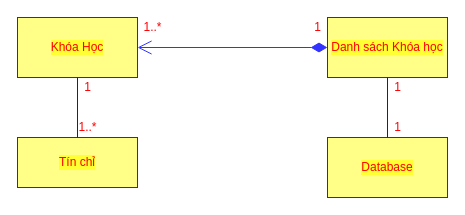
Earlier version of the draw.io diagram page "lap1.1" (1 of 3) of src/lap1p2/lap1.drawio (HuynhMinh02/CongNghePhanMem). Source tidied: cells renumbered, new cells numbered last; positions are measured from the earlier drawing's top-left corner, leaving out a move shared by most shapes. Both pictures are drawn from the tidied source at 100%, with x=0, y=0 at pixel (17, 17).
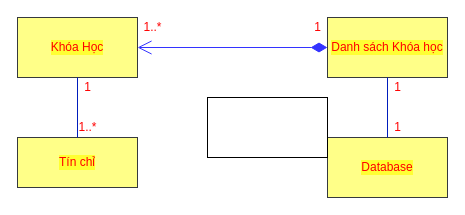
The same diagram, later.

Diff of the diagram source:
```diff
@@
 <mxGraphModel background="#FFFFFF">
   <root>
     <mxCell id="0" />
     <mxCell id="1" parent="0" />
     <mxCell id="2" value="&lt;font color=&quot;#ff0000&quot;&gt;Khóa Học&lt;/font&gt;" style="rounded=0;whiteSpace=wrap;html=1;labelBackgroundColor=#FFFF33;strokeColor=#36393d;fillColor=#ffff88;" parent="1" vertex="1">
       <mxGeometry width="120" height="60" as="geometry" />
     </mxCell>
     <mxCell id="3" value="&lt;font color=&quot;#ff0000&quot;&gt;Tín chỉ&lt;/font&gt;" style="rounded=0;whiteSpace=wrap;html=1;labelBackgroundColor=#FFFF33;strokeColor=#36393d;fillColor=#ffff88;" parent="1" vertex="1">
       <mxGeometry y="120" width="120" height="50" as="geometry" />
     </mxCell>
     <mxCell id="4" value="&lt;font color=&quot;#ff0000&quot;&gt;Danh sách Khóa học&lt;/font&gt;" style="rounded=0;whiteSpace=wrap;html=1;labelBackgroundColor=#FFFF33;strokeColor=#36393d;fillColor=#ffff88;" parent="1" vertex="1">
       <mxGeometry x="310" width="120" height="60" as="geometry" />
     </mxCell>
     <mxCell id="5" style="endArrow=open;html=1;endSize=12;startArrow=diamondThin;startSize=14;startFill=1;edgeStyle=orthogonalEdgeStyle;align=left;verticalAlign=bottom;fontColor=#FF0000;strokeColor=#3333FF;exitX=0;exitY=0.5;exitDx=0;exitDy=0;" parent="1" edge="1" source="4">
       <mxGeometry x="-1" y="3" relative="1" as="geometry">
         <mxPoint x="120" y="30" as="targetPoint" />
       </mxGeometry>
     </mxCell>
     <mxCell id="6" value="1" style="text;html=1;align=center;verticalAlign=middle;strokeColor=none;fillColor=none;fontColor=#FF0000;" parent="1" vertex="1">
       <mxGeometry x="290" width="20" height="20" as="geometry" />
     </mxCell>
     <mxCell id="7" value="1..*" style="text;html=1;align=center;verticalAlign=middle;strokeColor=none;fillColor=none;fontColor=#FF0000;" parent="1" vertex="1">
       <mxGeometry x="120" width="30" height="20" as="geometry" />
     </mxCell>
     <mxCell id="8" value="&lt;font color=&quot;#ff0000&quot;&gt;Database&lt;/font&gt;" style="rounded=0;whiteSpace=wrap;html=1;labelBackgroundColor=#FFFF33;strokeColor=#36393d;fillColor=#ffff88;" parent="1" vertex="1">
       <mxGeometry x="310" y="120" width="120" height="60" as="geometry" />
     </mxCell>
     <mxCell id="9" style="endArrow=none;html=1;fontColor=#FF3333;exitX=0.5;exitY=0;exitDx=0;exitDy=0;entryX=0.5;entryY=1;entryDx=0;entryDy=0;fillColor=#0050ef;strokeColor=#001DBC;" parent="1" edge="1" source="8" target="4">
       <mxGeometry relative="1" as="geometry" />
     </mxCell>
     <mxCell id="10" value="1" style="text;html=1;align=center;verticalAlign=middle;strokeColor=none;fillColor=none;fontColor=#FF0000;" parent="1" vertex="1">
       <mxGeometry x="370" y="60" width="20" height="20" as="geometry" />
     </mxCell>
     <mxCell id="11" value="1" style="text;html=1;align=center;verticalAlign=middle;strokeColor=none;fillColor=none;fontColor=#FF0000;" parent="1" vertex="1">
       <mxGeometry x="370" y="100" width="20" height="20" as="geometry" />
     </mxCell>
     <mxCell id="12" value="1" style="text;html=1;align=center;verticalAlign=middle;strokeColor=none;fillColor=none;fontColor=#FF0000;" parent="1" vertex="1">
       <mxGeometry x="60" y="60" width="20" height="20" as="geometry" />
     </mxCell>
     <mxCell id="13" value="1..*" style="text;html=1;align=center;verticalAlign=middle;strokeColor=none;fillColor=none;fontColor=#FF0000;" parent="1" vertex="1">
       <mxGeometry x="55" y="100" width="30" height="20" as="geometry" />
     </mxCell>
     <mxCell id="14" style="endArrow=none;html=1;fillColor=#0050ef;strokeColor=#001DBC;exitX=0.5;exitY=0;exitDx=0;exitDy=0;entryX=0.5;entryY=1;entryDx=0;entryDy=0;" parent="1" edge="1" source="3" target="2">
       <mxGeometry relative="1" as="geometry" />
     </mxCell>
+    <mxCell id="15" style="whiteSpace=wrap;html=1;" parent="1" vertex="1">
+      <mxGeometry x="190" y="80" width="120" height="60" as="geometry" />
+    </mxCell>
   </root>
 </mxGraphModel>
```
